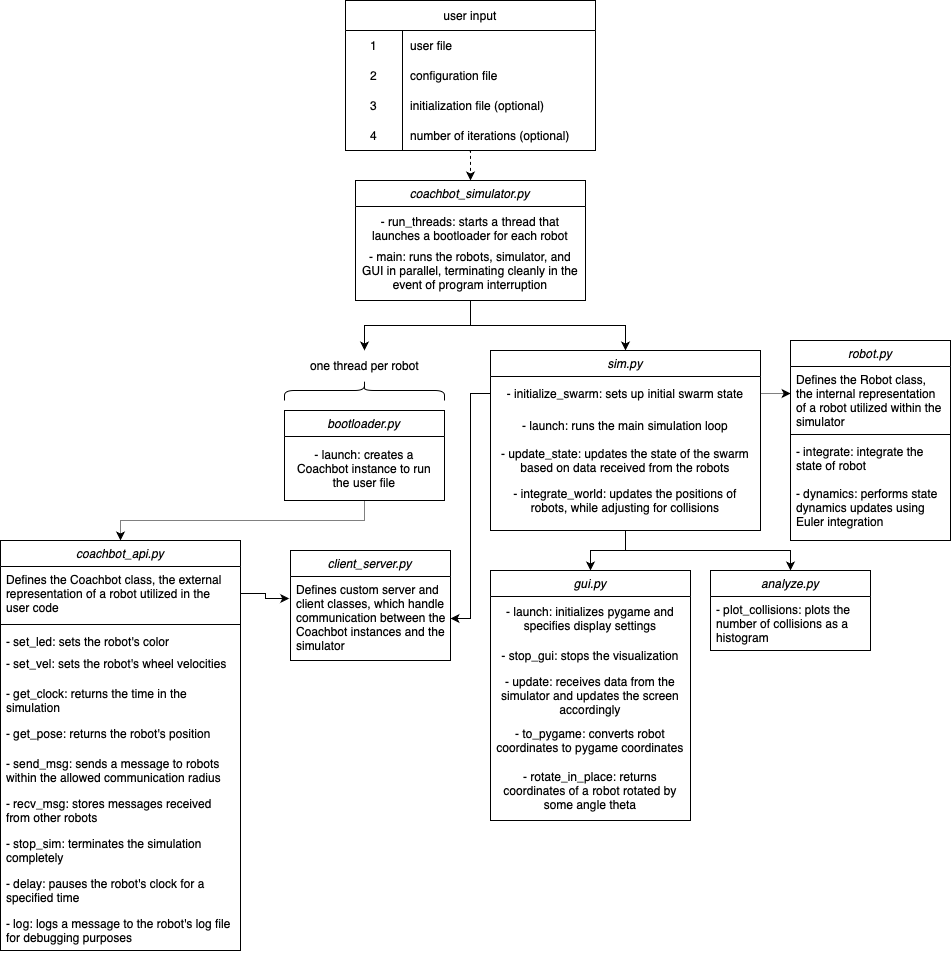
michelleezhang/swarm-simulator keeps this draw.io diagram as .github/images/structure.png. Above is the earlier version. Source tidied: cells renumbered, new cells last; positions are measured from the earlier drawing's top-left corner, leaving out a move shared by most shapes.
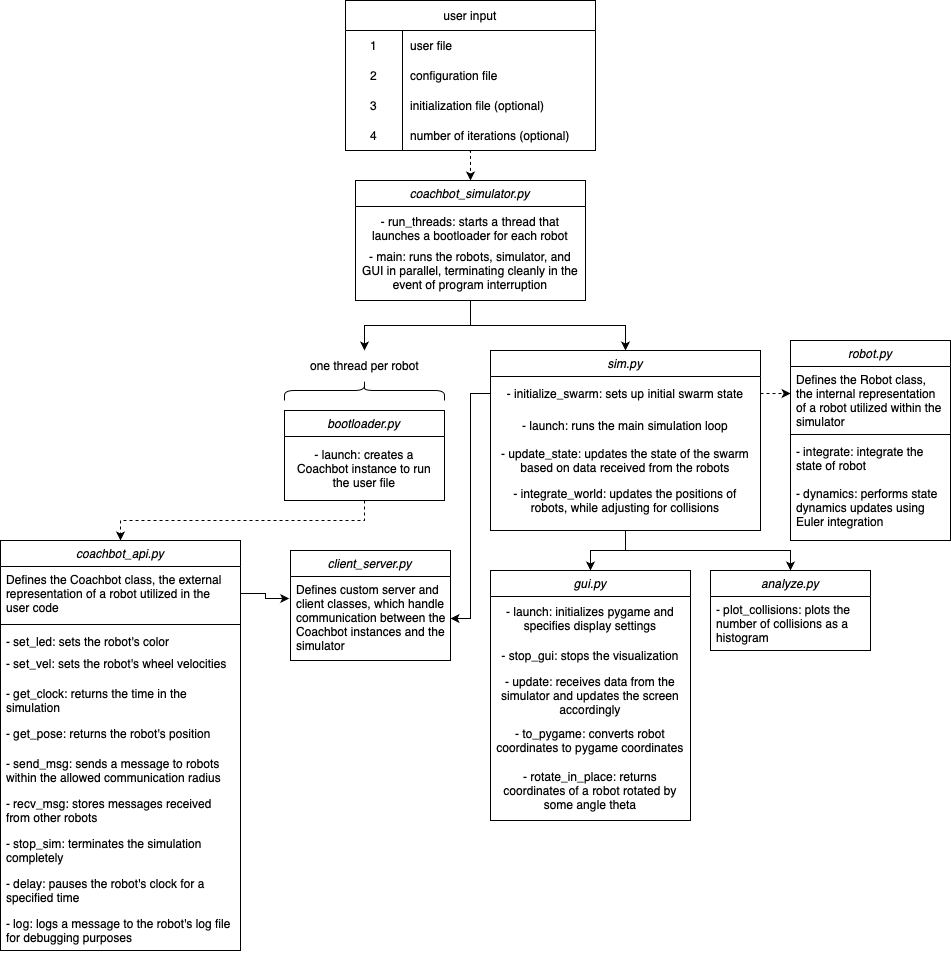
Later version of the same file.

Diff of the diagram source:
```diff
@@ -167,10 +167,10 @@
     <mxCell id="56" style="edgeStyle=orthogonalEdgeStyle;rounded=0;jettySize=auto;html=1;exitX=0.496;exitY=1.014;exitDx=0;exitDy=0;entryX=0.5;entryY=0;entryDx=0;entryDy=0;exitPerimeter=0;dashed=1;labelBackgroundColor=none;fontColor=default;" parent="1" edge="1" source="22" target="4">
       <mxGeometry relative="1" as="geometry" />
     </mxCell>
-    <mxCell id="57" style="edgeStyle=orthogonalEdgeStyle;rounded=0;jettySize=auto;html=1;exitX=0.5;exitY=1;exitDx=0;exitDy=0;entryX=0.5;entryY=0;entryDx=0;entryDy=0;labelBackgroundColor=none;fontColor=default;dashed=1;dashPattern=1 1;" parent="1" edge="1" source="41" target="42">
+    <mxCell id="57" style="edgeStyle=orthogonalEdgeStyle;rounded=0;jettySize=auto;html=1;exitX=0.5;exitY=1;exitDx=0;exitDy=0;entryX=0.5;entryY=0;entryDx=0;entryDy=0;labelBackgroundColor=none;fontColor=default;dashed=1;" parent="1" edge="1" source="41" target="42">
       <mxGeometry relative="1" as="geometry" />
     </mxCell>
-    <mxCell id="58" style="edgeStyle=orthogonalEdgeStyle;rounded=0;jettySize=auto;html=1;exitX=1;exitY=0.5;exitDx=0;exitDy=0;entryX=0.001;entryY=0.422;entryDx=0;entryDy=0;entryPerimeter=0;labelBackgroundColor=none;fontColor=default;dashed=1;dashPattern=1 1;" parent="1" edge="1" source="28" target="8">
+    <mxCell id="58" style="edgeStyle=orthogonalEdgeStyle;rounded=0;jettySize=auto;html=1;exitX=1;exitY=0.5;exitDx=0;exitDy=0;entryX=0.001;entryY=0.422;entryDx=0;entryDy=0;entryPerimeter=0;labelBackgroundColor=none;fontColor=default;dashed=1;" parent="1" edge="1" source="28" target="8">
       <mxGeometry relative="1" as="geometry" />
     </mxCell>
     <mxCell id="59" value="analyze.py" style="swimlane;fontStyle=2;align=center;verticalAlign=top;horizontal=1;startSize=26;rounded=0;shadow=0;strokeWidth=1;labelBackgroundColor=none;" parent="1" vertex="1">
```
